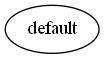
The Graphviz diagram graph.png in levasemin/Akinator, before a commit. Its source is kept beside it as graph.dot. Source of this version:
```dot
digraph G{
"default";
}
```
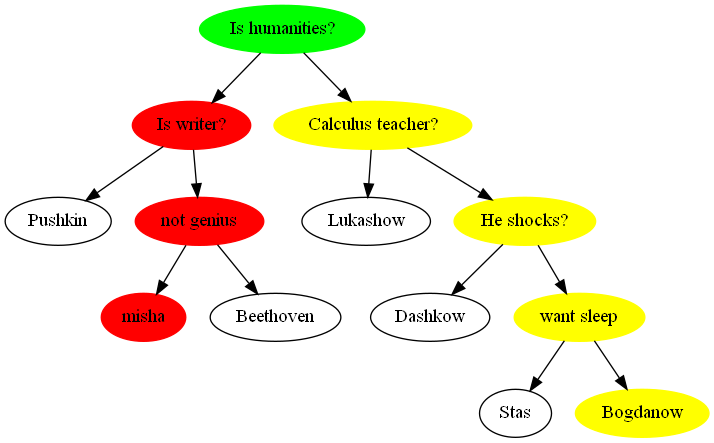
Above is the later version.

Change to the diagram source:
```diff
@@ -1,3 +1,31 @@
 digraph G{
-"default";
+"Is humanities?"->"Is writer?";
+"Is humanities?"->"Calculus teacher?";
+"Is writer?"->"Pushkin";
+"Is writer?"->"not genius";
+"Pushkin";
+"not genius"->"misha";
+"not genius"->"Beethoven";
+"misha";
+"Beethoven";
+"Calculus teacher?"->"Lukashow";
+"Calculus teacher?"->"He shocks?";
+"Lukashow";
+"He shocks?"->"Dashkow";
+"He shocks?"->"want sleep";
+"Dashkow";
+"want sleep"->"Stas";
+"want sleep"->"Bogdanow";
+"Stas";
+"Bogdanow";
+"Bogdanow"[color="yellow" style=filled];
+"want sleep"[color="yellow" style=filled];
+"He shocks?"[color="yellow" style=filled];
+"Calculus teacher?"[color="yellow" style=filled];
+"Is humanities?"[color="yellow" style=filled];
+"misha"[color="red" style=filled];
+"not genius"[color="red" style=filled];
+"Is writer?"[color="red" style=filled];
+"Is humanities?"[color="red" style=filled];
+"Is humanities?"[color="green" style=filled];
 }
```
